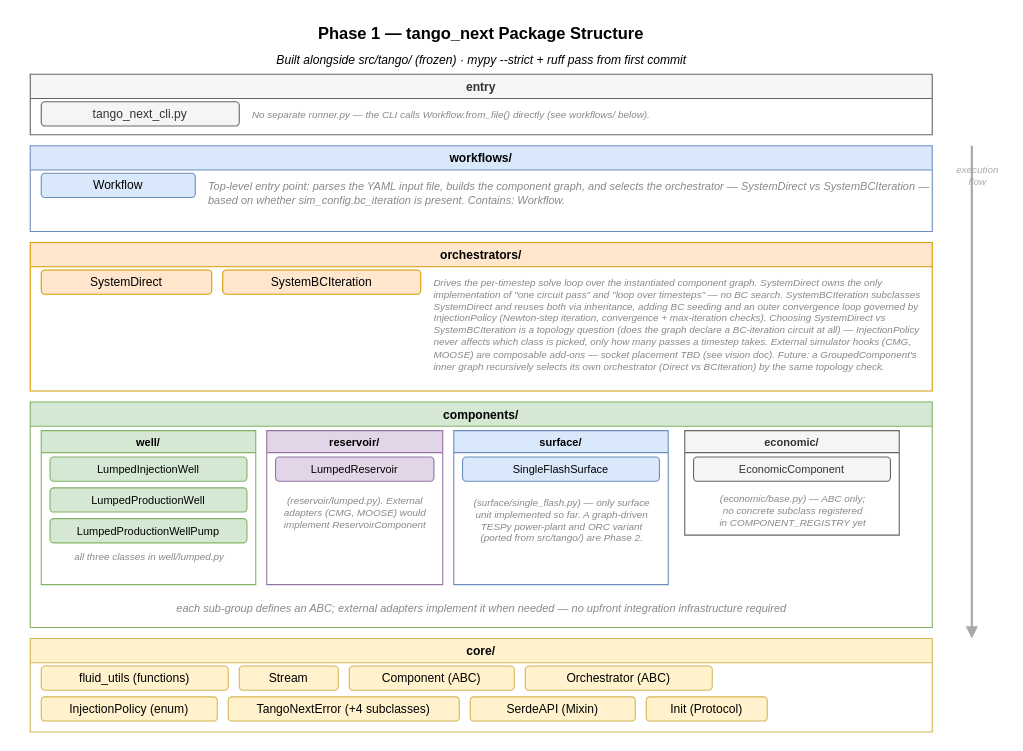
This is docs/diagrams/src/phase1_new_module_structure.drawio from GEG-ETHZ/TANGO-core, a draw.io file, before an edit. Source tidied: cells renumbered, new cells numbered last; positions are measured from the earlier drawing's top-left corner, leaving out a move shared by most shapes. Both pictures are drawn from the tidied source at 110%, with x=0, y=0 at pixel (19, 19).
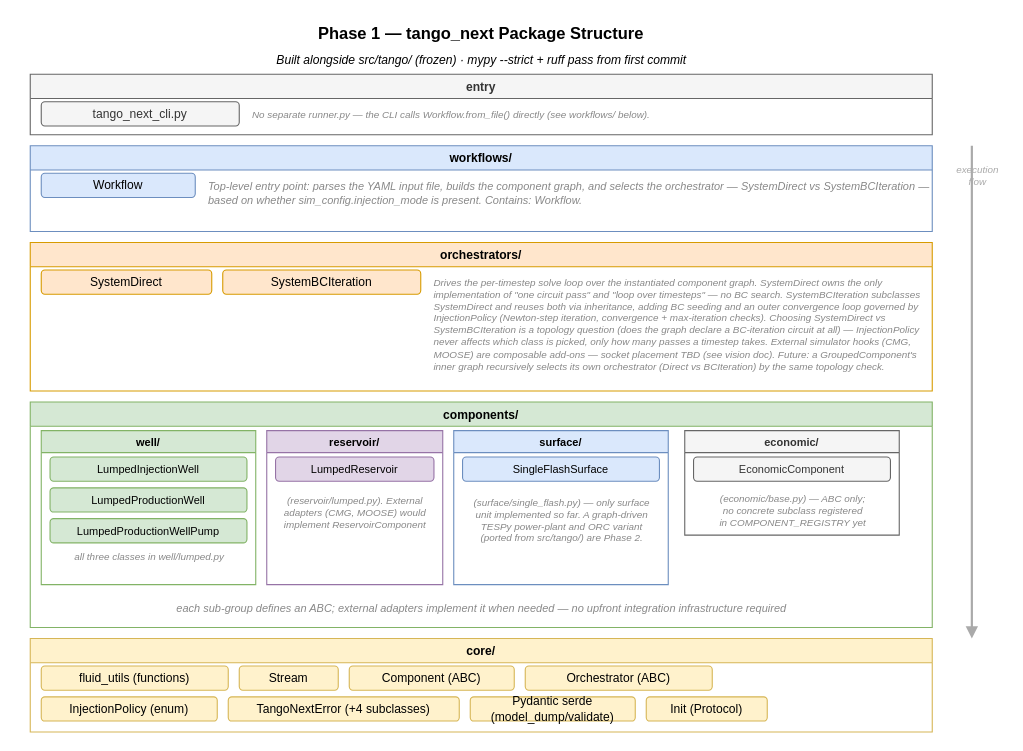
Above is the later version.

Unchanged cells that the change refers to:
```xml
<mxCell id="7" value="workflows/" style="swimlane;startSize=22;fillColor=#dae8fc;strokeColor=#6c8ebf;fontSize=11;fontStyle=1;" parent="1" vertex="1">
  <mxGeometry x="10" y="115" width="820" height="78" as="geometry" />
</mxCell>
<mxCell id="30" value="core/" style="swimlane;startSize=22;fillColor=#fff2cc;strokeColor=#d6b656;fontSize=11;fontStyle=1;" parent="1" vertex="1">
  <mxGeometry x="10" y="563" width="820" height="85" as="geometry" />
</mxCell>
```

Diff of the diagram source:
```diff
@@
-    <mxCell id="9" value="Top-level entry point: parses the YAML input file, builds the component graph, and selects the orchestrator — SystemDirect vs SystemBCIteration — &lt;br&gt;based on whether sim_config.bc_iteration is present. Contains: Workflow." style="text;html=1;strokeColor=none;fillColor=none;fontSize=10;fontStyle=2;fontColor=#888888;align=left;verticalAlign=top;" parent="7" vertex="1">
+    <mxCell id="9" value="Top-level entry point: parses the YAML input file, builds the component graph, and selects the orchestrator — SystemDirect vs SystemBCIteration — &lt;br&gt;based on whether sim_config.injection_mode is present. Contains: Workflow." style="text;html=1;strokeColor=none;fillColor=none;fontSize=10;fontStyle=2;fontColor=#888888;align=left;verticalAlign=top;" parent="7" vertex="1">
       <mxGeometry x="160" y="25" width="640" height="44" as="geometry" />
     </mxCell>
@@
-    <mxCell id="37" value="SerdeAPI (Mixin)" style="rounded=1;whiteSpace=wrap;html=1;fillColor=#fff2cc;strokeColor=#d6b656;fontSize=11;" parent="30" vertex="1">
+    <mxCell id="37" value="Pydantic serde (model_dump/validate)" style="rounded=1;whiteSpace=wrap;html=1;fillColor=#fff2cc;strokeColor=#d6b656;fontSize=11;" parent="30" vertex="1">
       <mxGeometry x="400" y="53" width="150" height="22" as="geometry" />
     </mxCell>
```
